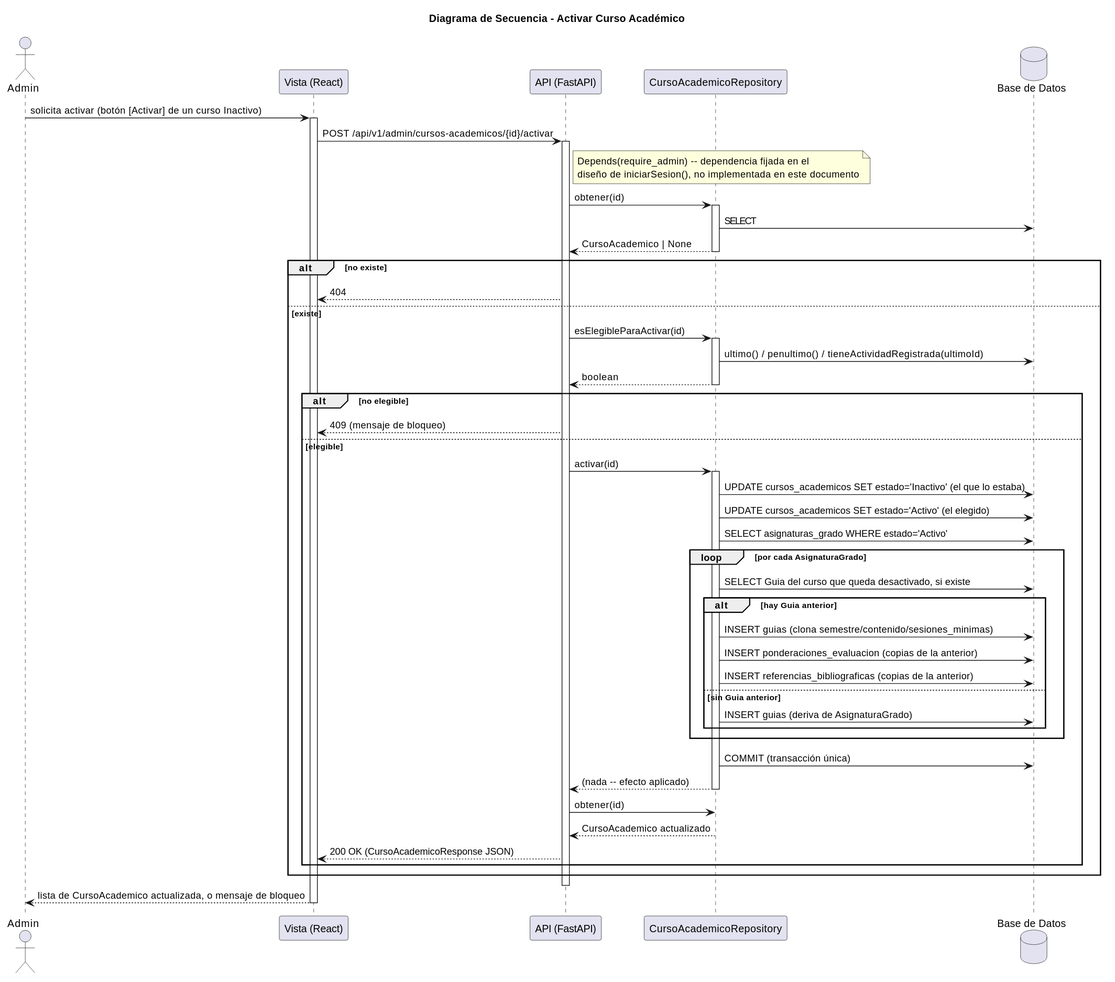
Above: images/RUP/03-diseño/casos-uso/activarCursoAcademico/secuencia.svg in mmasias/pyCeldaPublico (PlantUML), before the change.
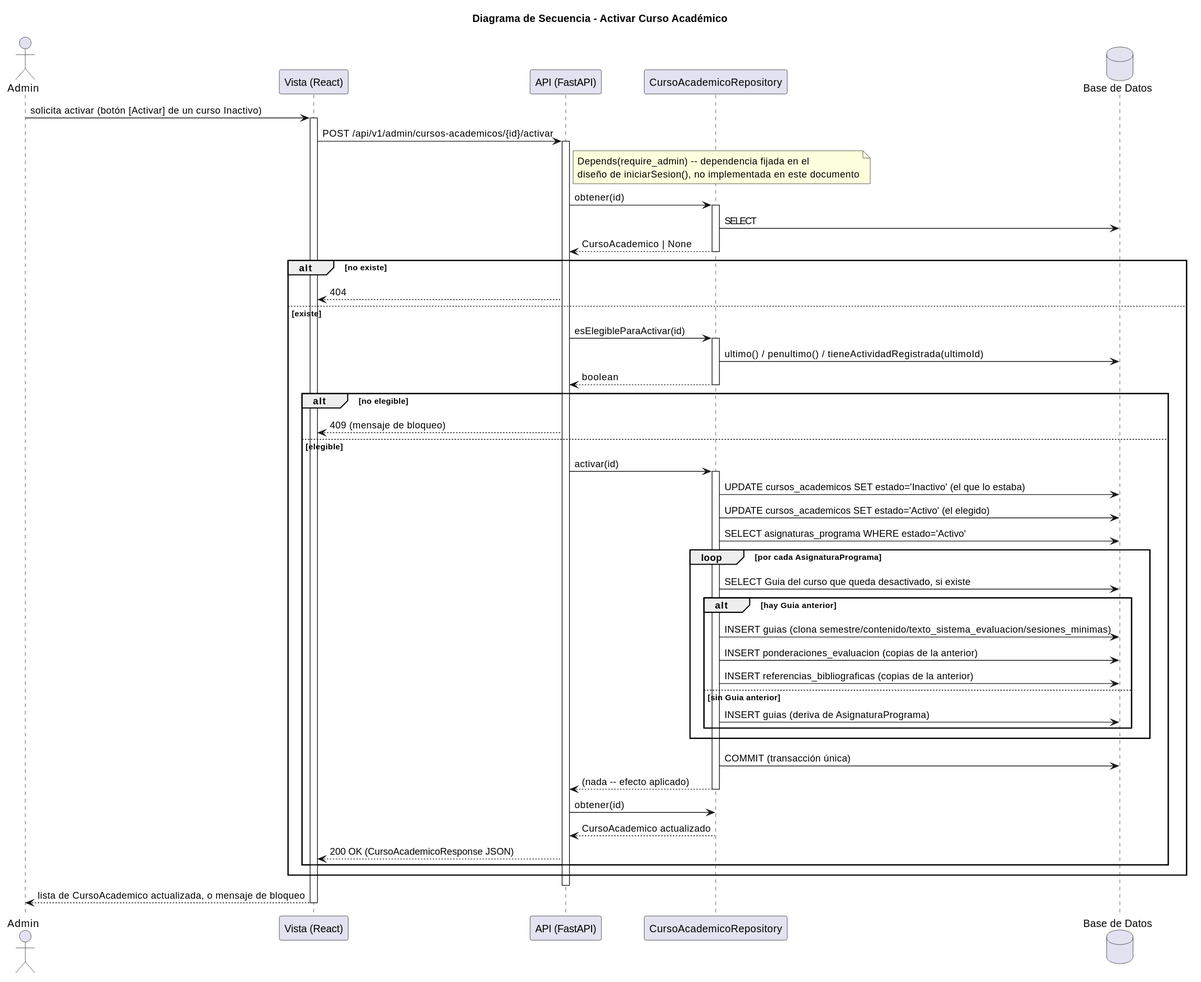
After the change.

Diff of the diagram source:
```diff
@@ -35,15 +35,15 @@
         activate CursoAcademicoRepo
         CursoAcademicoRepo -> DB: UPDATE cursos_academicos SET estado='Inactivo' (el que lo estaba)
         CursoAcademicoRepo -> DB: UPDATE cursos_academicos SET estado='Activo' (el elegido)
-        CursoAcademicoRepo -> DB: SELECT asignaturas_grado WHERE estado='Activo'
-        loop por cada AsignaturaGrado
+        CursoAcademicoRepo -> DB: SELECT asignaturas_programa WHERE estado='Activo'
+        loop por cada AsignaturaPrograma
             CursoAcademicoRepo -> DB: SELECT Guia del curso que queda desactivado, si existe
             alt hay Guia anterior
-                CursoAcademicoRepo -> DB: INSERT guias (clona semestre/contenido/sesiones_minimas)
+                CursoAcademicoRepo -> DB: INSERT guias (clona semestre/contenido/texto_sistema_evaluacion/sesiones_minimas)
                 CursoAcademicoRepo -> DB: INSERT ponderaciones_evaluacion (copias de la anterior)
                 CursoAcademicoRepo -> DB: INSERT referencias_bibliograficas (copias de la anterior)
             else sin Guia anterior
-                CursoAcademicoRepo -> DB: INSERT guias (deriva de AsignaturaGrado)
+                CursoAcademicoRepo -> DB: INSERT guias (deriva de AsignaturaPrograma)
             end
         end
         CursoAcademicoRepo -> DB: COMMIT (transacción única)
```
